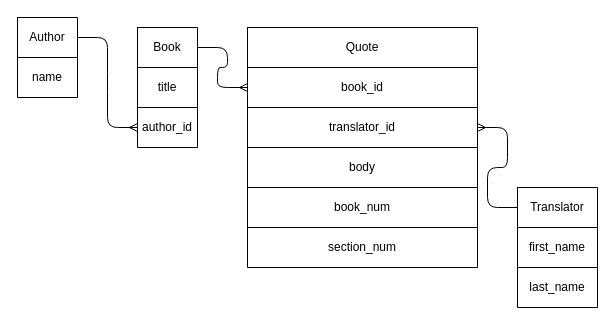
Before: stubbed_out_database.drawio in DavidRMorphew/stoic-journal-backend, a draw.io diagram. Source tidied: cells renumbered, new cells numbered last; positions are measured from the earlier drawing's top-left corner, leaving out a move shared by most shapes. Both pictures are drawn from the tidied source at 100%, with x=0, y=0 at pixel (17, 17).
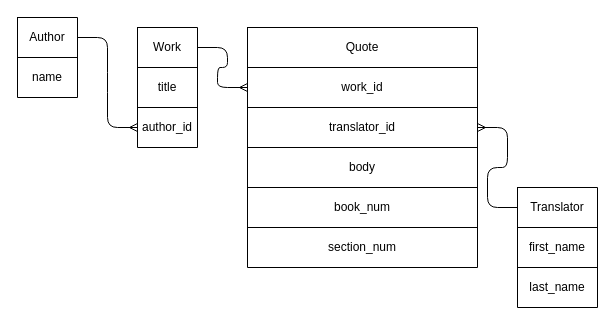
Above is the later version.

Commit message (it also covers changes not shown here):
rename book model and table to work

Unchanged cells that the change refers to:
```xml
<mxCell id="5" style="shape=partialRectangle;fillColor=none;top=0;left=0;bottom=0;right=0;points=[[0,0.5],[1,0.5]];portConstraint=eastwest;" parent="2" vertex="1">
  <mxGeometry y="40" width="230" height="40" as="geometry" />
</mxCell>
<mxCell id="21" style="shape=partialRectangle;fillColor=none;top=0;left=0;bottom=0;right=0;points=[[0,0.5],[1,0.5]];portConstraint=eastwest;" parent="20" vertex="1">
  <mxGeometry width="60" height="40" as="geometry" />
</mxCell>
```

What changed in the source:
```diff
@@
-    <mxCell id="6" value="book_id" style="shape=partialRectangle;html=1;whiteSpace=wrap;overflow=hidden;fillColor=none;top=0;left=0;bottom=0;right=0;" parent="5" vertex="1">
+    <mxCell id="6" value="work_id" style="shape=partialRectangle;html=1;whiteSpace=wrap;overflow=hidden;fillColor=none;top=0;left=0;bottom=0;right=0;" parent="5" vertex="1">
       <mxGeometry width="230" height="40" as="geometry" />
     </mxCell>
@@
-    <mxCell id="22" value="Book" style="shape=partialRectangle;html=1;whiteSpace=wrap;overflow=hidden;fillColor=none;top=0;left=0;bottom=0;right=0;" parent="21" vertex="1">
+    <mxCell id="22" value="Work" style="shape=partialRectangle;html=1;whiteSpace=wrap;overflow=hidden;fillColor=none;top=0;left=0;bottom=0;right=0;" parent="21" vertex="1">
       <mxGeometry width="60" height="40" as="geometry" />
     </mxCell>
```
